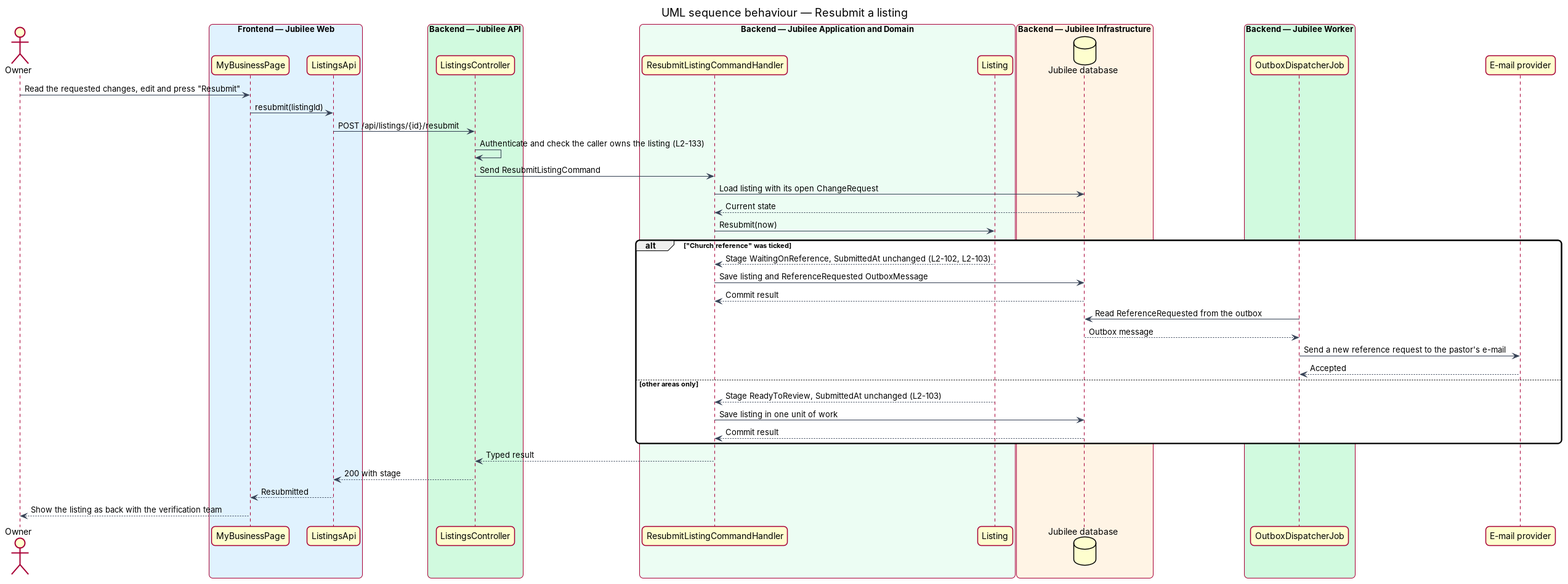
The PlantUML diagram docs/detailed-designs/verification/request-changes/diagrams/sequence-resubmit.png in QuinntyneBrown/jubilee, before a commit. Its source is kept beside it as docs/detailed-designs/verification/request-changes/diagrams/sequence-resubmit.puml.
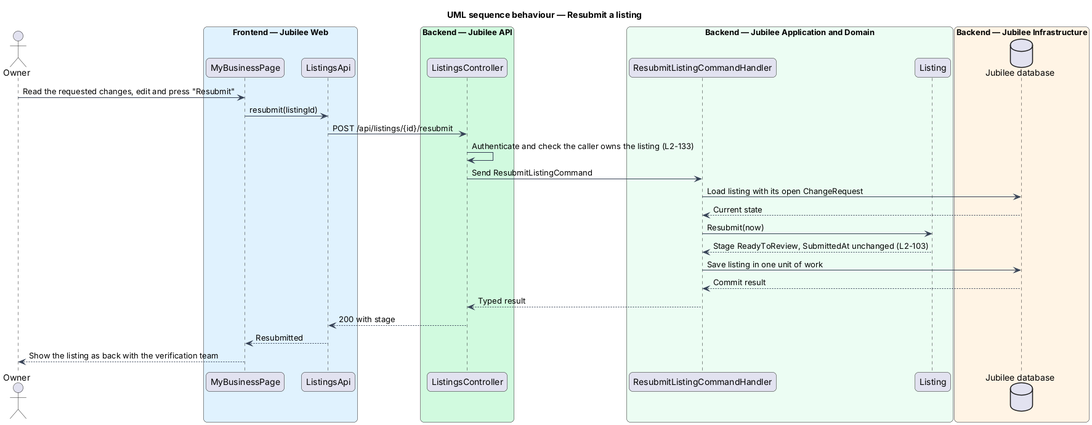
The same diagram one commit later.

Diff of the diagram source:
```diff
@@ -29,10 +29,6 @@
 box "Backend — Jubilee Infrastructure" #FFF4E5
   database "Jubilee database" as db
 end box
-box "Backend — Jubilee Worker" #D1FADF
-  participant "OutboxDispatcherJob" as job
-end box
-participant "E-mail provider" as email
 actor -> page : Read the requested changes, edit and press "Resubmit"
 page -> client : resubmit(listingId)
 client -> controller : POST /api/listings/{id}/resubmit
@@ -41,19 +37,9 @@
 handler -> db : Load listing with its open ChangeRequest
 db --> handler : Current state
 handler -> entity : Resubmit(now)
-alt "Church reference" was ticked
-  entity --> handler : Stage WaitingOnReference, SubmittedAt unchanged (L2-102, L2-103)
-  handler -> db : Save listing and ReferenceRequested OutboxMessage
-  db --> handler : Commit result
-  job -> db : Read ReferenceRequested from the outbox
-  db --> job : Outbox message
-  job -> email : Send a new reference request to the pastor's e-mail
-  email --> job : Accepted
-else other areas only
-  entity --> handler : Stage ReadyToReview, SubmittedAt unchanged (L2-103)
-  handler -> db : Save listing in one unit of work
-  db --> handler : Commit result
-end
+entity --> handler : Stage ReadyToReview, SubmittedAt unchanged (L2-103)
+handler -> db : Save listing in one unit of work
+db --> handler : Commit result
 handler --> controller : Typed result
 controller --> client : 200 with stage
 client --> page : Resubmitted
```
